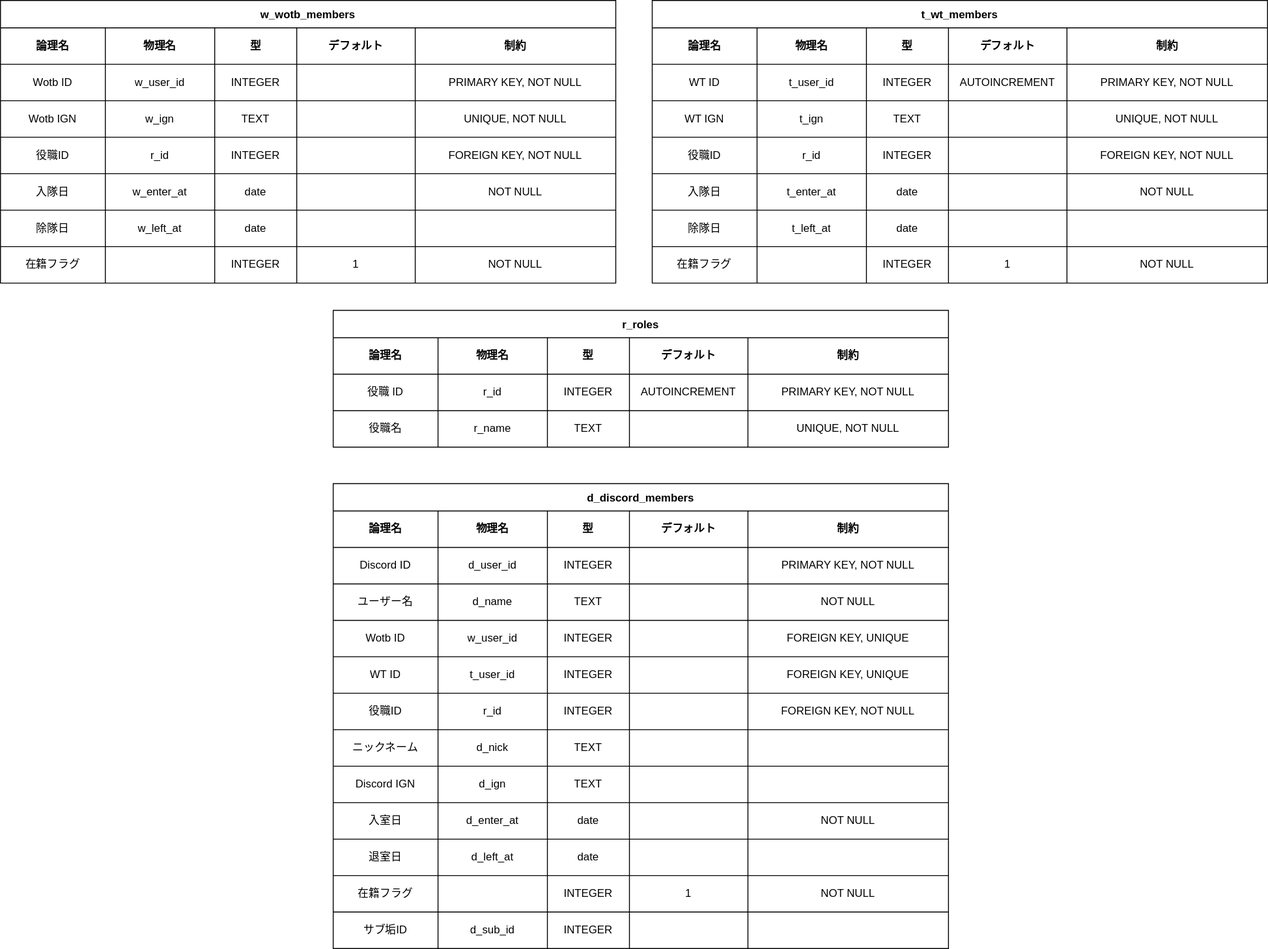
otazero/ClanManagementDiscordBot keeps this draw.io diagram as doc/DB-Butsuri.drawio.svg. Above is the earlier version. Source tidied: cells renumbered, new cells last; positions are measured from the earlier drawing's top-left corner, leaving out a move shared by most shapes.
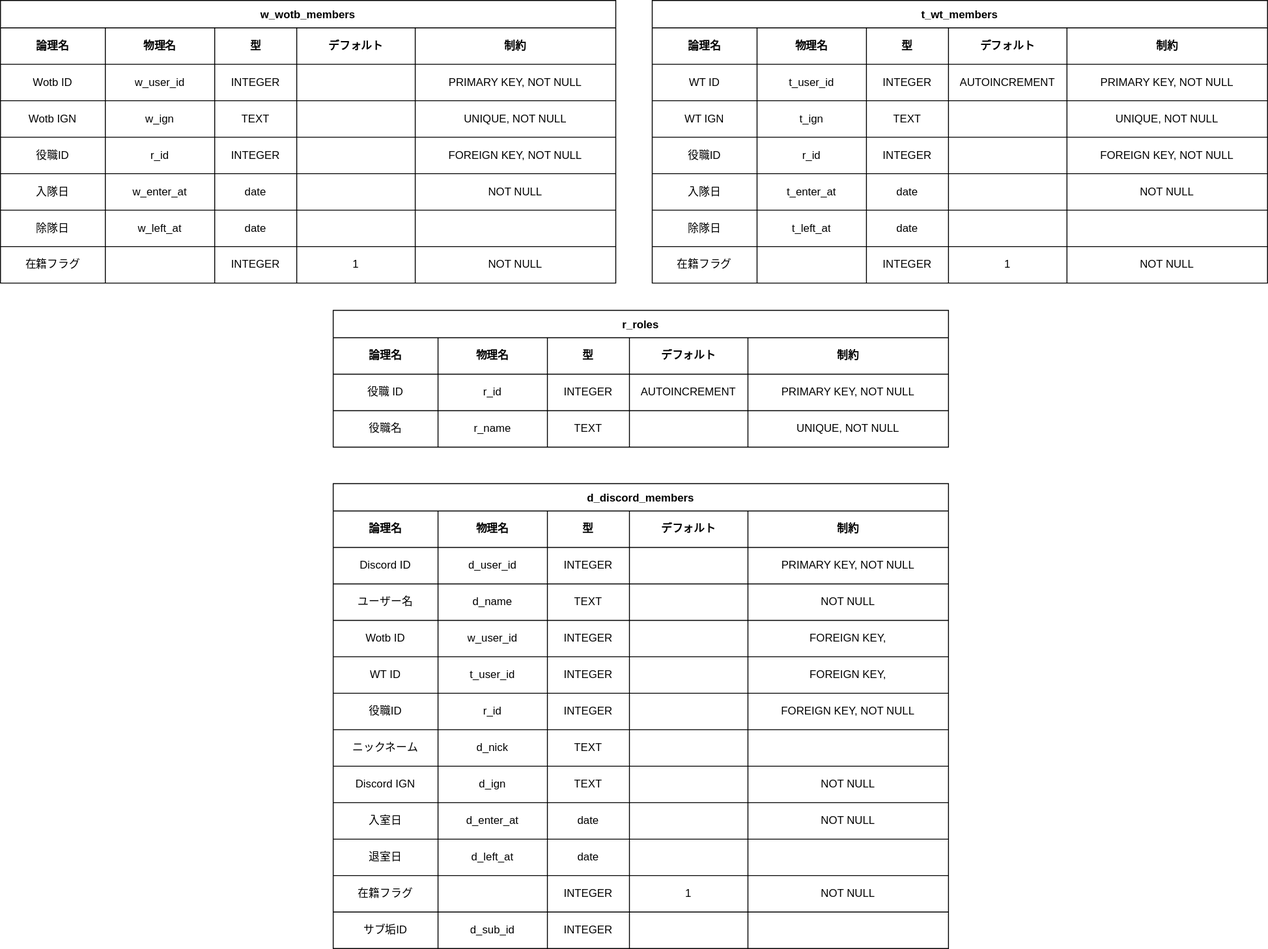
The same diagram one commit later.

Diff of the diagram source:
```diff
@@ -404,7 +404,7 @@
     <mxCell id="135" style="shape=partialRectangle;html=1;whiteSpace=wrap;fillColor=none;top=0;left=0;bottom=0;right=0;overflow=hidden;" parent="131" vertex="1">
       <mxGeometry x="325" width="130" height="40" as="geometry" />
     </mxCell>
-    <mxCell id="136" value="&lt;span&gt;FOREIGN KEY, UNIQUE&lt;/span&gt;" style="shape=partialRectangle;html=1;whiteSpace=wrap;fillColor=none;top=0;left=0;bottom=0;right=0;overflow=hidden;" parent="131" vertex="1">
+    <mxCell id="136" value="&lt;span&gt;FOREIGN KEY,&lt;/span&gt;" style="shape=partialRectangle;html=1;whiteSpace=wrap;fillColor=none;top=0;left=0;bottom=0;right=0;overflow=hidden;" parent="131" vertex="1">
       <mxGeometry x="455" width="220" height="40" as="geometry" />
     </mxCell>
     <mxCell id="137" style="shape=partialRectangle;html=1;whiteSpace=wrap;fillColor=none;top=0;left=0;bottom=0;right=0;" parent="112" vertex="1">
@@ -422,7 +422,7 @@
     <mxCell id="141" style="shape=partialRectangle;html=1;whiteSpace=wrap;fillColor=none;top=0;left=0;bottom=0;right=0;overflow=hidden;" parent="137" vertex="1">
       <mxGeometry x="325" width="130" height="40" as="geometry" />
     </mxCell>
-    <mxCell id="142" value="FOREIGN KEY, UNIQUE" style="shape=partialRectangle;html=1;whiteSpace=wrap;fillColor=none;top=0;left=0;bottom=0;right=0;overflow=hidden;" parent="137" vertex="1">
+    <mxCell id="142" value="FOREIGN KEY," style="shape=partialRectangle;html=1;whiteSpace=wrap;fillColor=none;top=0;left=0;bottom=0;right=0;overflow=hidden;" parent="137" vertex="1">
       <mxGeometry x="455" width="220" height="40" as="geometry" />
     </mxCell>
     <mxCell id="143" style="shape=partialRectangle;html=1;whiteSpace=wrap;fillColor=none;top=0;left=0;bottom=0;right=0;" parent="112" vertex="1">
@@ -476,7 +476,7 @@
     <mxCell id="159" style="shape=partialRectangle;html=1;whiteSpace=wrap;fillColor=none;top=0;left=0;bottom=0;right=0;overflow=hidden;" parent="155" vertex="1">
       <mxGeometry x="325" width="130" height="40" as="geometry" />
     </mxCell>
-    <mxCell id="160" style="shape=partialRectangle;html=1;whiteSpace=wrap;fillColor=none;top=0;left=0;bottom=0;right=0;overflow=hidden;" parent="155" vertex="1">
+    <mxCell id="160" value="NOT NULL" style="shape=partialRectangle;html=1;whiteSpace=wrap;fillColor=none;top=0;left=0;bottom=0;right=0;overflow=hidden;" parent="155" vertex="1">
       <mxGeometry x="455" width="220" height="40" as="geometry" />
     </mxCell>
     <mxCell id="161" style="shape=partialRectangle;html=1;whiteSpace=wrap;fillColor=none;top=0;left=0;bottom=0;right=0;" parent="112" vertex="1">
```
